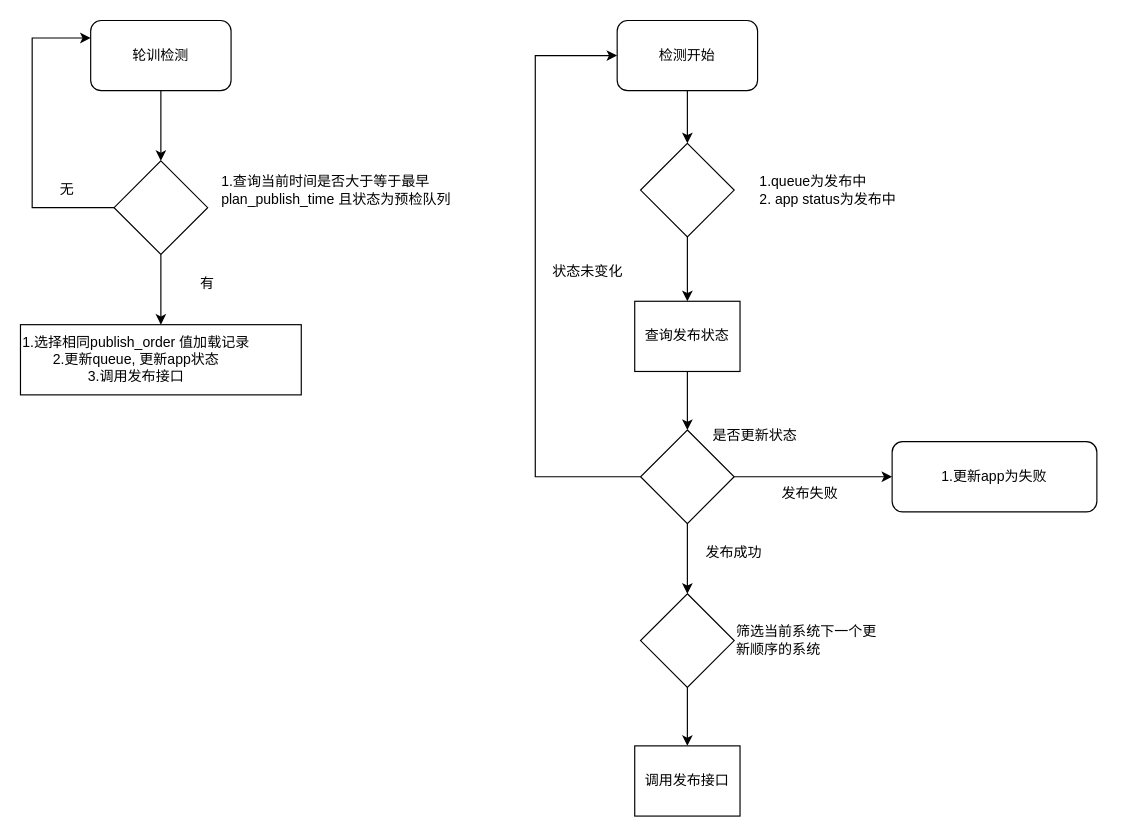
The draw.io diagram publish_tragger.drawio in cooldsk/diagrams, before the edit. Source tidied: cells renumbered, new cells numbered last; positions are measured from the earlier drawing's top-left corner, leaving out a move shared by most shapes. Both pictures are drawn from the tidied source at 117%, with x=0, y=0 at pixel (20, 20).
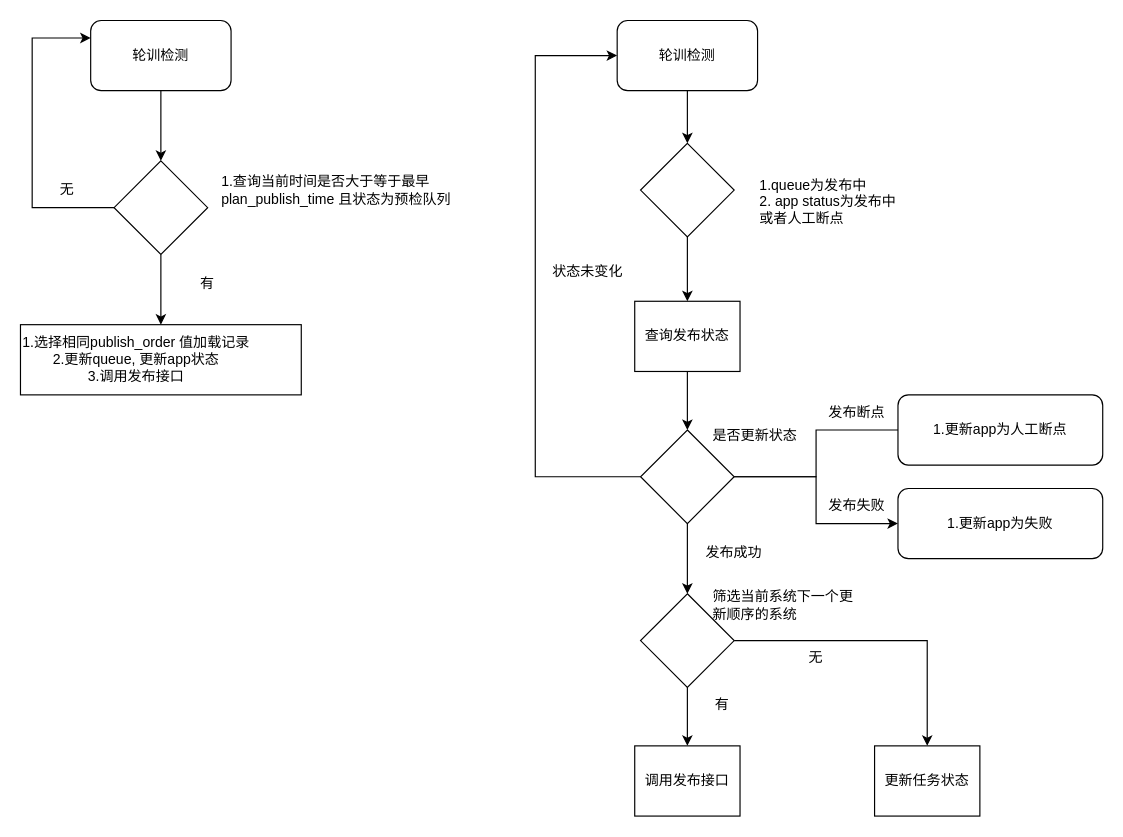
After the change.

The change refers to these unchanged cells:
```xml
<mxCell id="19" style="rhombus;whiteSpace=wrap;html=1;" parent="1" vertex="1">
  <mxGeometry x="530" y="350" width="80" height="80" as="geometry" />
</mxCell>
<mxCell id="23" style="rhombus;whiteSpace=wrap;html=1;" parent="1" vertex="1">
  <mxGeometry x="530" y="490" width="80" height="80" as="geometry" />
</mxCell>
```

What changed in the source:
```diff
@@
-    <mxCell id="10" value="检测开始" style="rounded=1;whiteSpace=wrap;html=1;" parent="1" vertex="1">
+    <mxCell id="10" value="轮训检测" style="rounded=1;whiteSpace=wrap;html=1;" parent="1" vertex="1">
       <mxGeometry x="510" width="120" height="60" as="geometry" />
     </mxCell>
@@
-    <mxCell id="15" value="1.queue为发布中&lt;br&gt;2. app status为发布中" style="text;html=1;strokeColor=none;fillColor=none;align=left;verticalAlign=middle;whiteSpace=wrap;rounded=0;" parent="1" vertex="1">
-      <mxGeometry x="630" y="130" width="130" height="30" as="geometry" />
+    <mxCell id="15" value="1.queue为发布中&lt;br&gt;2. app status为发布中或者人工断点" style="text;html=1;strokeColor=none;fillColor=none;align=left;verticalAlign=middle;whiteSpace=wrap;rounded=0;" parent="1" vertex="1">
+      <mxGeometry x="630" y="130" width="130" height="50" as="geometry" />
     </mxCell>
@@
+    <mxCell id="31" style="edgeStyle=orthogonalEdgeStyle;rounded=0;jettySize=auto;html=1;entryX=0.057;entryY=0.5;entryDx=0;entryDy=0;entryPerimeter=0;" parent="1" edge="1" source="19" target="36">
+      <mxGeometry relative="1" as="geometry" />
+    </mxCell>
@@
+    <mxCell id="32" style="edgeStyle=orthogonalEdgeStyle;rounded=0;jettySize=auto;html=1;entryX=0.5;entryY=0;entryDx=0;entryDy=0;" parent="1" edge="1" source="23" target="34">
+      <mxGeometry relative="1" as="geometry" />
+    </mxCell>
@@
     <mxCell id="24" value="筛选当前系统下一个更新顺序的系统" style="text;html=1;strokeColor=none;fillColor=none;align=left;verticalAlign=middle;whiteSpace=wrap;rounded=0;" parent="1" vertex="1">
-      <mxGeometry x="610" y="515" width="130" height="30" as="geometry" />
+      <mxGeometry x="590" y="485" width="130" height="30" as="geometry" />
     </mxCell>
@@
     <mxCell id="27" value="1.更新app为失败" style="rounded=1;whiteSpace=wrap;html=1;" parent="1" vertex="1">
-      <mxGeometry x="745" y="360" width="175" height="60" as="geometry" />
+      <mxGeometry x="750" y="400" width="175" height="60" as="geometry" />
     </mxCell>
     <mxCell id="28" value="发布失败" style="text;html=1;strokeColor=none;fillColor=none;align=center;verticalAlign=middle;whiteSpace=wrap;rounded=0;" parent="1" vertex="1">
-      <mxGeometry x="640" y="390" width="70" height="30" as="geometry" />
+      <mxGeometry x="680" y="400" width="70" height="30" as="geometry" />
     </mxCell>
@@
+    <mxCell id="33" value="有" style="text;html=1;strokeColor=none;fillColor=none;align=center;verticalAlign=middle;whiteSpace=wrap;rounded=0;" parent="1" vertex="1">
+      <mxGeometry x="570" y="570" width="60" height="30" as="geometry" />
+    </mxCell>
+    <mxCell id="34" value="&lt;div style=&quot;text-align: left;&quot;&gt;更新任务状态&lt;/div&gt;" style="rounded=0;whiteSpace=wrap;html=1;" parent="1" vertex="1">
+      <mxGeometry x="730" y="620" width="90" height="60" as="geometry" />
+    </mxCell>
+    <mxCell id="35" value="无" style="text;html=1;strokeColor=none;fillColor=none;align=center;verticalAlign=middle;whiteSpace=wrap;rounded=0;" parent="1" vertex="1">
+      <mxGeometry x="650" y="530" width="60" height="30" as="geometry" />
+    </mxCell>
+    <mxCell id="36" value="1.更新app为人工断点" style="rounded=1;whiteSpace=wrap;html=1;" parent="1" vertex="1">
+      <mxGeometry x="750" y="320" width="175" height="60" as="geometry" />
+    </mxCell>
+    <mxCell id="37" value="发布断点" style="text;html=1;strokeColor=none;fillColor=none;align=center;verticalAlign=middle;whiteSpace=wrap;rounded=0;" parent="1" vertex="1">
+      <mxGeometry x="680" y="320" width="70" height="30" as="geometry" />
+    </mxCell>
```
